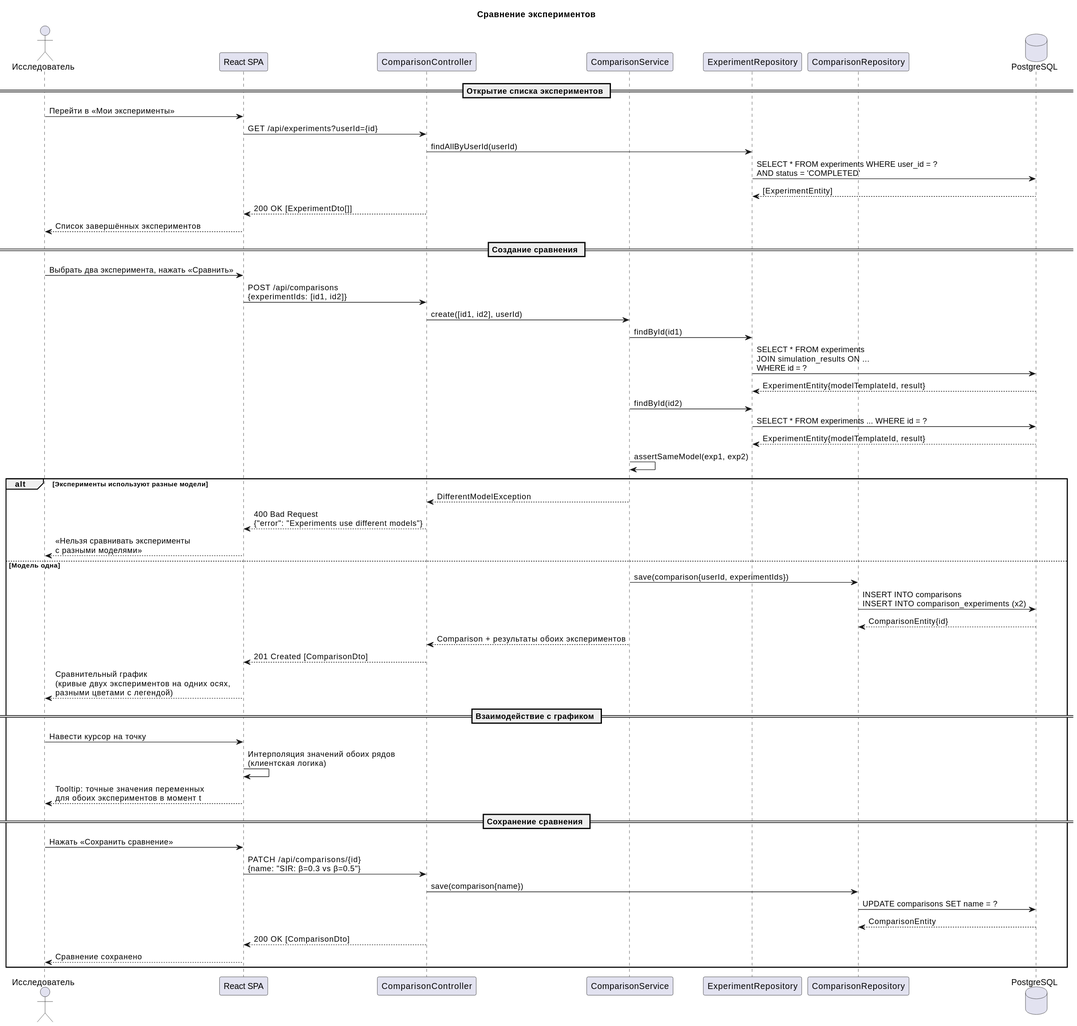
Before: img/seq_comparison.svg, a diagram exported from PlantUML (Nna2291/vargod). Its source is kept beside it as diagrams/seq_comparison.puml.
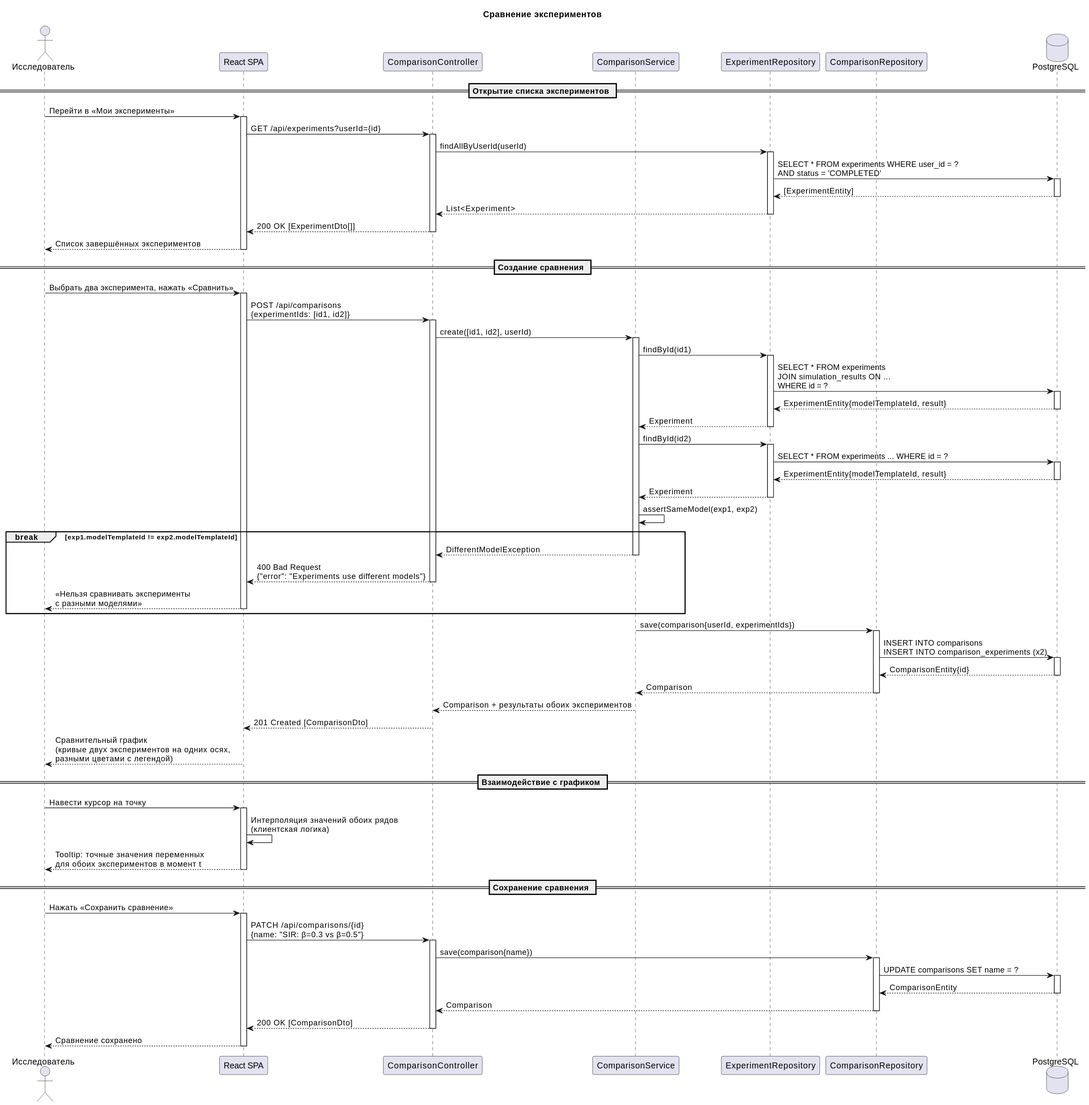
The same file after the commit.

Diff of the diagram source:
```diff
@@ -11,58 +11,66 @@
 
 == Открытие списка экспериментов ==
 
-User -> SPA : Перейти в «Мои эксперименты»
-SPA -> Ctrl : GET /api/experiments?userId={id}
-Ctrl -> ExpRepo : findAllByUserId(userId)
-ExpRepo -> DB : SELECT * FROM experiments WHERE user_id = ?\nAND status = 'COMPLETED'
-DB --> ExpRepo : [ExperimentEntity]
-Ctrl --> SPA : 200 OK [ExperimentDto[]]
-SPA --> User : Список завершённых экспериментов
+User -> SPA ++ : Перейти в «Мои эксперименты»
+SPA -> Ctrl ++ : GET /api/experiments?userId={id}
+Ctrl -> ExpRepo ++ : findAllByUserId(userId)
+ExpRepo -> DB ++ : SELECT * FROM experiments WHERE user_id = ?\nAND status = 'COMPLETED'
+DB --> ExpRepo -- : [ExperimentEntity]
+ExpRepo --> Ctrl -- : List<Experiment>
+Ctrl --> SPA -- : 200 OK [ExperimentDto[]]
+SPA --> User -- : Список завершённых экспериментов
 
 == Создание сравнения ==
 
-User -> SPA : Выбрать два эксперимента, нажать «Сравнить»
-SPA -> Ctrl : POST /api/comparisons\n{experimentIds: [id1, id2]}
-Ctrl -> Svc : create([id1, id2], userId)
+User -> SPA ++ : Выбрать два эксперимента, нажать «Сравнить»
+SPA -> Ctrl ++ : POST /api/comparisons\n{experimentIds: [id1, id2]}
+Ctrl -> Svc ++ : create([id1, id2], userId)
 
-Svc -> ExpRepo : findById(id1)
-ExpRepo -> DB : SELECT * FROM experiments\nJOIN simulation_results ON ...\nWHERE id = ?
-DB --> ExpRepo : ExperimentEntity{modelTemplateId, result}
+Svc -> ExpRepo ++ : findById(id1)
+ExpRepo -> DB ++ : SELECT * FROM experiments\nJOIN simulation_results ON ...\nWHERE id = ?
+DB --> ExpRepo -- : ExperimentEntity{modelTemplateId, result}
+ExpRepo --> Svc -- : Experiment
 
-Svc -> ExpRepo : findById(id2)
-ExpRepo -> DB : SELECT * FROM experiments ... WHERE id = ?
-DB --> ExpRepo : ExperimentEntity{modelTemplateId, result}
+Svc -> ExpRepo ++ : findById(id2)
+ExpRepo -> DB ++ : SELECT * FROM experiments ... WHERE id = ?
+DB --> ExpRepo -- : ExperimentEntity{modelTemplateId, result}
+ExpRepo --> Svc -- : Experiment
 
 Svc -> Svc : assertSameModel(exp1, exp2)
 
-alt Эксперименты используют разные модели
+break exp1.modelTemplateId != exp2.modelTemplateId
     Svc --> Ctrl : DifferentModelException
+    deactivate Svc
     Ctrl --> SPA : 400 Bad Request\n{"error": "Experiments use different models"}
+    deactivate Ctrl
     SPA --> User : «Нельзя сравнивать эксперименты\nс разными моделями»
-else Модель одна
-    Svc -> CompRepo : save(comparison{userId, experimentIds})
-    CompRepo -> DB : INSERT INTO comparisons\nINSERT INTO comparison_experiments (x2)
-    DB --> CompRepo : ComparisonEntity{id}
-
-    Svc --> Ctrl : Comparison + результаты обоих экспериментов
-    Ctrl --> SPA : 201 Created [ComparisonDto]
-    SPA --> User : Сравнительный график\n(кривые двух экспериментов на одних осях,\nразными цветами с легендой)
-
-    == Взаимодействие с графиком ==
-
-    User -> SPA : Навести курсор на точку
-    SPA -> SPA : Интерполяция значений обоих рядов\n(клиентская логика)
-    SPA --> User : Tooltip: точные значения переменных\nдля обоих экспериментов в момент t
-
-    == Сохранение сравнения ==
-
-    User -> SPA : Нажать «Сохранить сравнение»
-    SPA -> Ctrl : PATCH /api/comparisons/{id}\n{name: "SIR: β=0.3 vs β=0.5"}
-    Ctrl -> CompRepo : save(comparison{name})
-    CompRepo -> DB : UPDATE comparisons SET name = ?
-    DB --> CompRepo : ComparisonEntity
-    Ctrl --> SPA : 200 OK [ComparisonDto]
-    SPA --> User : Сравнение сохранено
+    deactivate SPA
 end
 
+Svc -> CompRepo ++ : save(comparison{userId, experimentIds})
+CompRepo -> DB ++ : INSERT INTO comparisons\nINSERT INTO comparison_experiments (x2)
+DB --> CompRepo -- : ComparisonEntity{id}
+CompRepo --> Svc -- : Comparison
+
+Svc --> Ctrl -- : Comparison + результаты обоих экспериментов
+Ctrl --> SPA -- : 201 Created [ComparisonDto]
+SPA --> User -- : Сравнительный график\n(кривые двух экспериментов на одних осях,\nразными цветами с легендой)
+
+== Взаимодействие с графиком ==
+
+User -> SPA ++ : Навести курсор на точку
+SPA -> SPA : Интерполяция значений обоих рядов\n(клиентская логика)
+SPA --> User -- : Tooltip: точные значения переменных\nдля обоих экспериментов в момент t
+
+== Сохранение сравнения ==
+
+User -> SPA ++ : Нажать «Сохранить сравнение»
+SPA -> Ctrl ++ : PATCH /api/comparisons/{id}\n{name: "SIR: β=0.3 vs β=0.5"}
+Ctrl -> CompRepo ++ : save(comparison{name})
+CompRepo -> DB ++ : UPDATE comparisons SET name = ?
+DB --> CompRepo -- : ComparisonEntity
+CompRepo --> Ctrl -- : Comparison
+Ctrl --> SPA -- : 200 OK [ComparisonDto]
+SPA --> User -- : Сравнение сохранено
+
 @enduml
```
